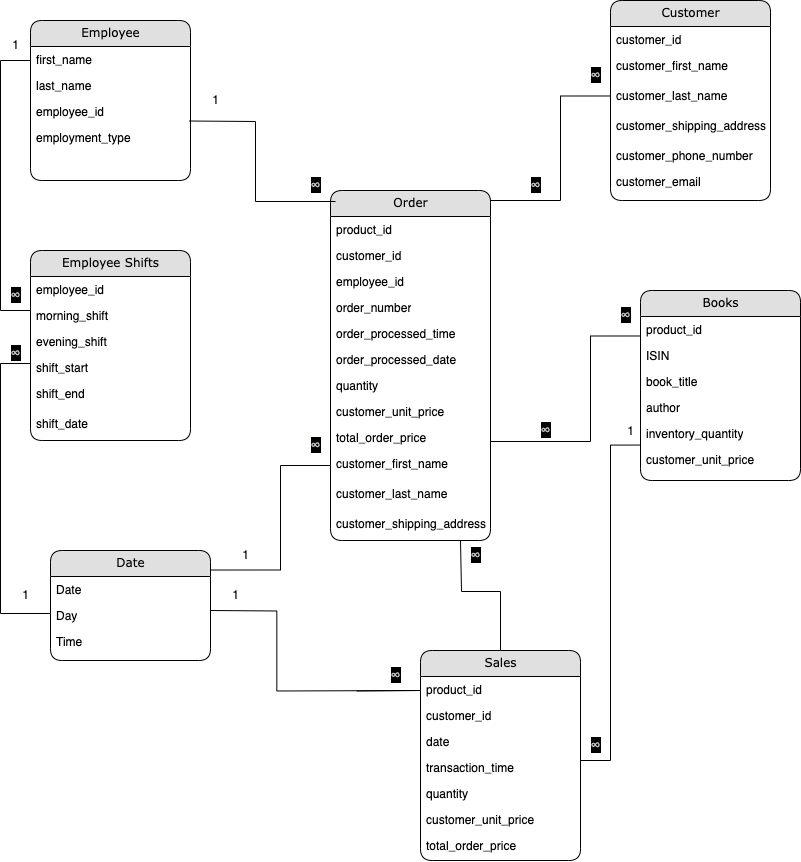
Earlier version of the draw.io export 02_assignments/SQL_Assignment_Bookstore_Q1.drawio.png (cecily-li/sql). Source tidied: cells renumbered, new cells last; positions are measured from the earlier drawing's top-left corner, leaving out a move shared by most shapes.
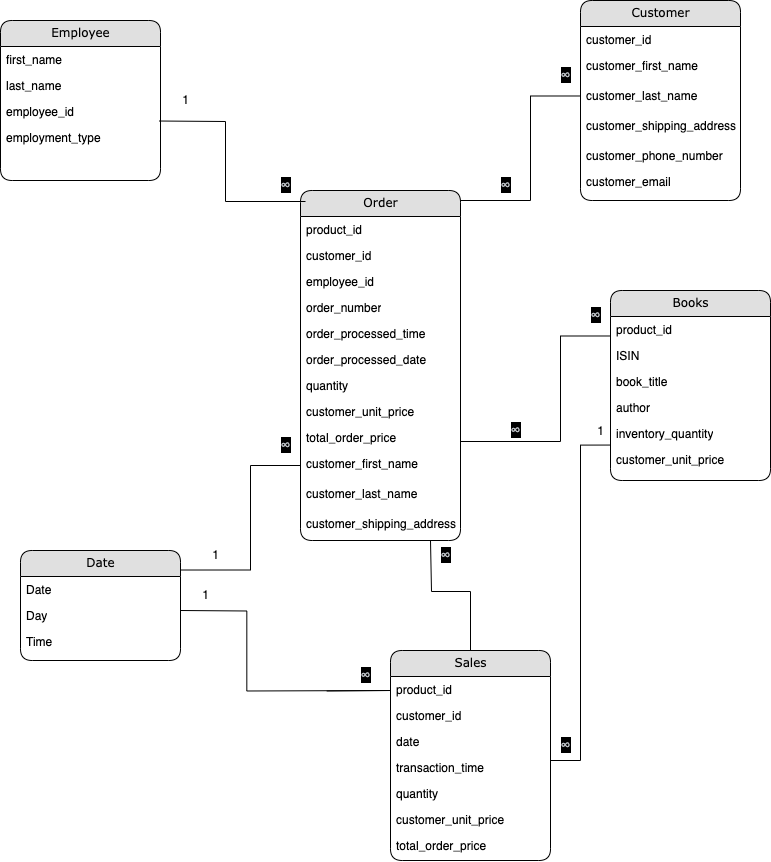
Later version of the same file.

The edit, as a diff of the source:
```diff
@@ -134,47 +134,6 @@
     <mxCell id="45" value="customer_email" style="text;html=1;strokeColor=none;fillColor=none;spacingLeft=4;spacingRight=4;whiteSpace=wrap;overflow=hidden;" parent="39" vertex="1">
       <mxGeometry y="168" width="160" height="26" as="geometry" />
     </mxCell>
-    <mxCell id="46" style="endArrow=none;html=1;rounded=0;" parent="1" edge="1">
-      <mxGeometry relative="1" as="geometry">
-        <mxPoint x="50" y="613" as="sourcePoint" />
-        <mxPoint x="30" y="363" as="targetPoint" />
-        <Array as="points">
-          <mxPoint y="613" />
-          <mxPoint y="363" />
-        </Array>
-      </mxGeometry>
-    </mxCell>
-    <mxCell id="47" value="Employee Shifts" style="swimlane;html=1;fontStyle=0;horizontal=1;startSize=26;fillColor=#e0e0e0;swimlaneFillColor=#ffffff;align=center;rounded=1;shadow=0;comic=0;labelBackgroundColor=none;strokeWidth=1;fontFamily=Verdana;fontSize=12;" parent="1" vertex="1">
-      <mxGeometry x="30" y="250" width="160" height="190" as="geometry" />
-    </mxCell>
-    <mxCell id="48" value="employee_id" style="text;html=1;strokeColor=none;fillColor=none;spacingLeft=4;spacingRight=4;whiteSpace=wrap;overflow=hidden;" parent="47" vertex="1">
-      <mxGeometry y="26" width="160" height="26" as="geometry" />
-    </mxCell>
-    <mxCell id="49" value="morning_shift" style="text;html=1;strokeColor=none;fillColor=none;spacingLeft=4;spacingRight=4;whiteSpace=wrap;overflow=hidden;" parent="47" vertex="1">
-      <mxGeometry y="52" width="160" height="26" as="geometry" />
-    </mxCell>
-    <mxCell id="50" value="evening_shift" style="text;html=1;strokeColor=none;fillColor=none;spacingLeft=4;spacingRight=4;whiteSpace=wrap;overflow=hidden;" parent="47" vertex="1">
-      <mxGeometry y="78" width="160" height="26" as="geometry" />
-    </mxCell>
-    <mxCell id="51" value="shift_start" style="text;html=1;strokeColor=none;fillColor=none;spacingLeft=4;spacingRight=4;whiteSpace=wrap;overflow=hidden;" parent="47" vertex="1">
-      <mxGeometry y="104" width="160" height="26" as="geometry" />
-    </mxCell>
-    <mxCell id="52" value="shift_end" style="text;html=1;strokeColor=none;fillColor=none;spacingLeft=4;spacingRight=4;whiteSpace=wrap;overflow=hidden;" parent="47" vertex="1">
-      <mxGeometry y="130" width="160" height="30" as="geometry" />
-    </mxCell>
-    <mxCell id="53" value="shift_date" style="text;html=1;strokeColor=none;fillColor=none;spacingLeft=4;spacingRight=4;whiteSpace=wrap;overflow=hidden;" parent="47" vertex="1">
-      <mxGeometry y="160" width="160" height="30" as="geometry" />
-    </mxCell>
-    <mxCell id="54" style="endArrow=none;html=1;rounded=0;" parent="1" edge="1">
-      <mxGeometry relative="1" as="geometry">
-        <mxPoint x="30" y="310" as="sourcePoint" />
-        <mxPoint x="30" y="60" as="targetPoint" />
-        <Array as="points">
-          <mxPoint y="310" />
-          <mxPoint y="60" />
-        </Array>
-      </mxGeometry>
-    </mxCell>
     <mxCell id="55" style="endArrow=none;html=1;rounded=0;exitX=1.023;exitY=0.058;exitDx=0;exitDy=0;exitPerimeter=0;" parent="1" edge="1">
       <mxGeometry relative="1" as="geometry">
         <mxPoint x="188.7" y="120.5" as="sourcePoint" />
@@ -245,18 +204,6 @@
         </Array>
       </mxGeometry>
     </mxCell>
-    <mxCell id="62" value="1" style="text;html=1;align=center;verticalAlign=middle;strokeColor=none;fillColor=none;" parent="1" vertex="1">
-      <mxGeometry y="30" width="30" height="30" as="geometry" />
-    </mxCell>
-    <mxCell id="63" value="&lt;p&gt;&lt;span style=&quot;color: rgb(189, 193, 198); font-family: arial, sans-serif; font-size: 14px; font-style: normal; font-variant-ligatures: normal; font-variant-caps: normal; font-weight: 400; letter-spacing: normal; orphans: 2; text-align: left; text-indent: 0px; text-transform: none; widows: 2; word-spacing: 0px; -webkit-text-stroke-width: 0px; white-space: normal; text-decoration-thickness: initial; text-decoration-style: initial; text-decoration-color: initial; float: none; display: inline !important; background-color: rgb(0, 0, 0);&quot;&gt;∞&lt;/span&gt;&lt;/p&gt;" style="text;html=1;align=center;verticalAlign=middle;strokeColor=none;fillColor=none;" parent="1" vertex="1">
-      <mxGeometry y="270" width="30" height="50" as="geometry" />
-    </mxCell>
-    <mxCell id="64" value="1" style="text;html=1;align=center;verticalAlign=middle;strokeColor=none;fillColor=none;" parent="1" vertex="1">
-      <mxGeometry x="10" y="580" width="30" height="30" as="geometry" />
-    </mxCell>
-    <mxCell id="65" value="&lt;p&gt;&lt;span style=&quot;color: rgb(189, 193, 198); font-family: arial, sans-serif; font-size: 14px; font-style: normal; font-variant-ligatures: normal; font-variant-caps: normal; font-weight: 400; letter-spacing: normal; orphans: 2; text-align: left; text-indent: 0px; text-transform: none; widows: 2; word-spacing: 0px; -webkit-text-stroke-width: 0px; white-space: normal; text-decoration-thickness: initial; text-decoration-style: initial; text-decoration-color: initial; float: none; display: inline !important; background-color: rgb(0, 0, 0);&quot;&gt;∞&lt;/span&gt;&lt;/p&gt;" style="text;html=1;align=center;verticalAlign=middle;strokeColor=none;fillColor=none;" parent="1" vertex="1">
-      <mxGeometry y="328" width="30" height="50" as="geometry" />
-    </mxCell>
     <mxCell id="66" value="&lt;p&gt;&lt;span style=&quot;color: rgb(189, 193, 198); font-family: arial, sans-serif; font-size: 14px; font-style: normal; font-variant-ligatures: normal; font-variant-caps: normal; font-weight: 400; letter-spacing: normal; orphans: 2; text-align: left; text-indent: 0px; text-transform: none; widows: 2; word-spacing: 0px; -webkit-text-stroke-width: 0px; white-space: normal; text-decoration-thickness: initial; text-decoration-style: initial; text-decoration-color: initial; float: none; display: inline !important; background-color: rgb(0, 0, 0);&quot;&gt;∞&lt;/span&gt;&lt;/p&gt;" style="text;html=1;align=center;verticalAlign=middle;strokeColor=none;fillColor=none;" parent="1" vertex="1">
       <mxGeometry x="300" y="420" width="30" height="50" as="geometry" />
     </mxCell>
```
